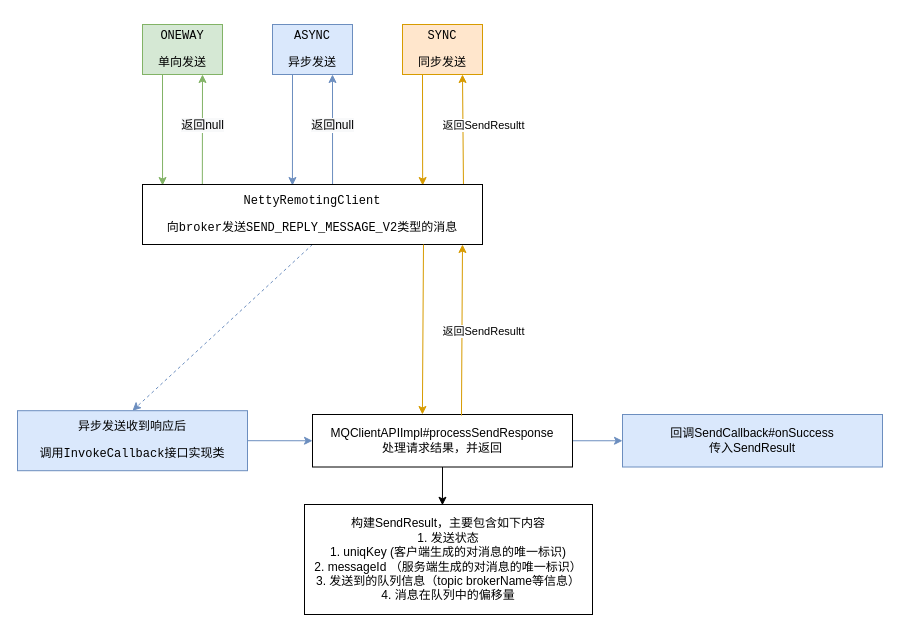
Before: rocketmq/三种发送消息的方式对比.drawio in erlieStar/diagrams, a draw.io diagram. Source tidied: cells renumbered, new cells numbered last; positions are measured from the earlier drawing's top-left corner, leaving out a move shared by most shapes. Both pictures are drawn from the tidied source at 100%, with x=0, y=0 at pixel (17, 24).
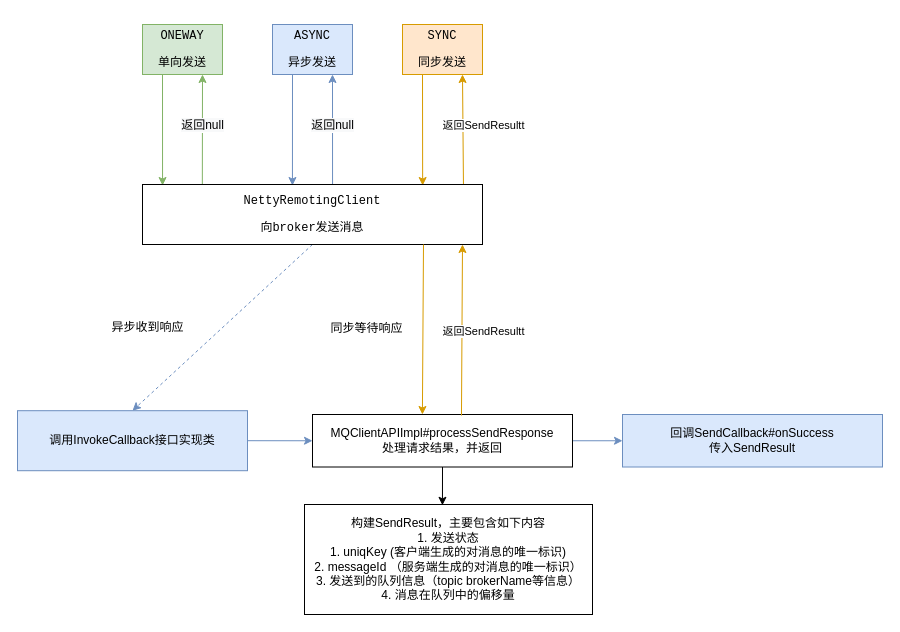
The same page after the edit.

What changed in the source:
```diff
@@
-    <mxCell id="18" value="&lt;pre&gt;NettyRemotingClient&lt;/pre&gt;&lt;pre&gt;向broker发送SEND_REPLY_MESSAGE_V2类型的消息&lt;/pre&gt;" style="rounded=0;whiteSpace=wrap;html=1;" parent="1" vertex="1">
+    <mxCell id="18" value="&lt;pre&gt;NettyRemotingClient&lt;/pre&gt;&lt;pre&gt;向broker发送消息&lt;/pre&gt;" style="rounded=0;whiteSpace=wrap;html=1;" parent="1" vertex="1">
       <mxGeometry x="125" y="160" width="340" height="60" as="geometry" />
     </mxCell>
@@
-    <mxCell id="20" value="&lt;pre&gt;异步发送收到响应后&lt;/pre&gt;&lt;pre&gt;调用InvokeCallback接口实现类&lt;/pre&gt;" style="rounded=0;whiteSpace=wrap;html=1;fillColor=#dae8fc;strokeColor=#6c8ebf;" parent="1" vertex="1">
+    <mxCell id="20" value="&lt;pre&gt;&lt;span style=&quot;font-family: &amp;#34;helvetica&amp;#34; ; white-space: normal&quot;&gt;调用InvokeCallback接口实现类&lt;/span&gt;&lt;br&gt;&lt;/pre&gt;" style="rounded=0;whiteSpace=wrap;html=1;fillColor=#dae8fc;strokeColor=#6c8ebf;" parent="1" vertex="1">
       <mxGeometry y="386.2" width="230" height="60" as="geometry" />
     </mxCell>
@@
+    <mxCell id="26" value="&lt;pre&gt;异步收到响应&lt;/pre&gt;" style="text;html=1;align=center;verticalAlign=middle;strokeColor=none;fillColor=none;" parent="1" vertex="1">
+      <mxGeometry x="85" y="283.5" width="90" height="40" as="geometry" />
+    </mxCell>
+    <mxCell id="27" value="同步等待响应" style="text;html=1;align=center;verticalAlign=middle;strokeColor=none;fillColor=none;" parent="1" vertex="1">
+      <mxGeometry x="304" y="293.5" width="90" height="20" as="geometry" />
+    </mxCell>
```
